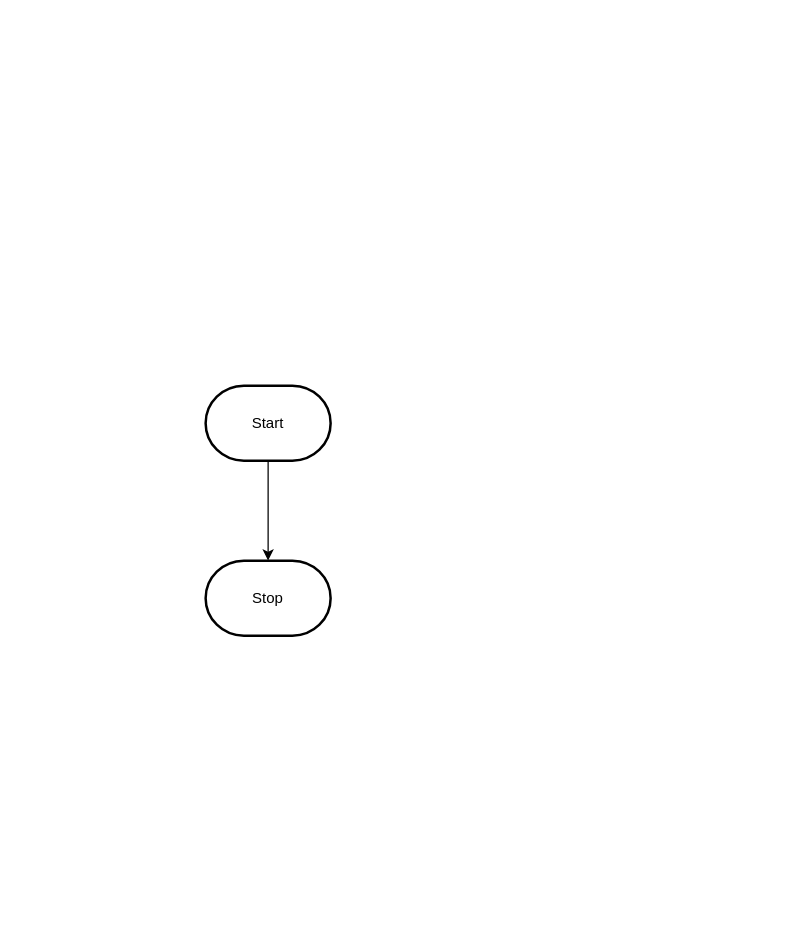
MTHS-ICS2O-2-2022/ICS2O-Unit-5-08-Bonnie-Zhu keeps this draw.io diagram as design/flowchart.drawio. Above is the earlier version. Source tidied: cells renumbered, new cells numbered last; positions are measured from the earlier drawing's top-left corner, leaving out a move shared by most shapes. Both pictures are drawn from the tidied source at 125%, with x=0, y=0 at pixel (205, 385).
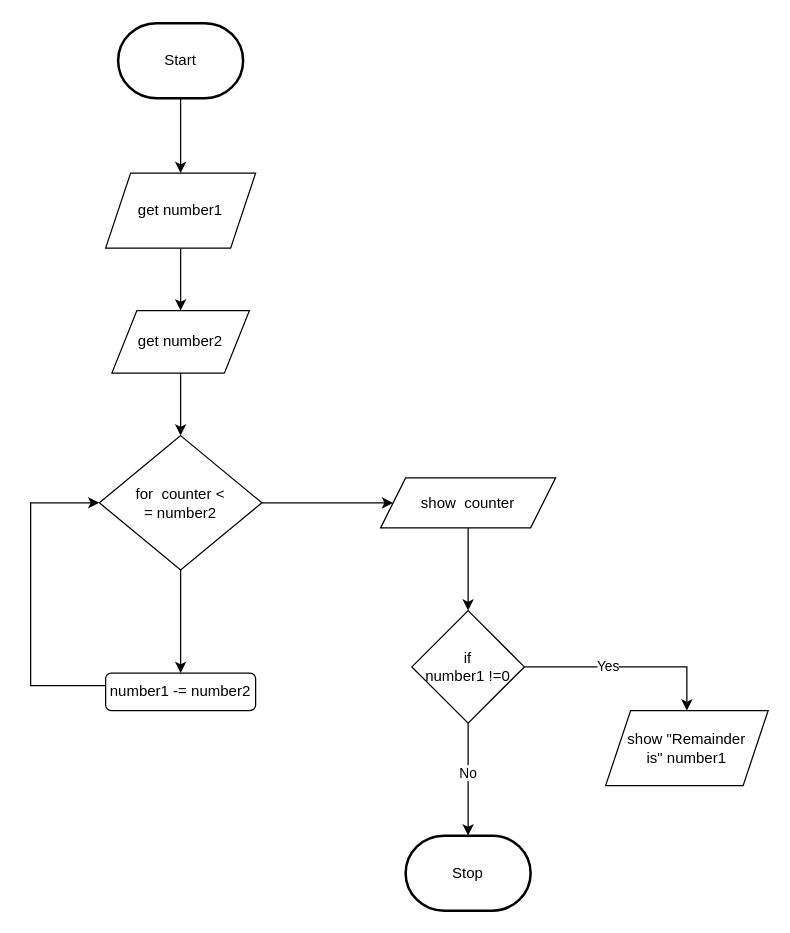
Above is the later version.

Change to the diagram source:
```diff
@@
-    <mxCell id="2" style="edgeStyle=orthogonalEdgeStyle;html=1;rounded=0;" parent="1" edge="1" source="3" target="4">
+    <mxCell id="2" style="edgeStyle=none;html=1;" parent="1" edge="1" source="3" target="6">
       <mxGeometry relative="1" as="geometry" />
     </mxCell>
     <mxCell id="3" value="Start" style="strokeWidth=2;html=1;shape=mxgraph.flowchart.terminator;whiteSpace=wrap;" parent="1" vertex="1">
-      <mxGeometry width="100" height="60" as="geometry" />
+      <mxGeometry x="-70" y="-290" width="100" height="60" as="geometry" />
     </mxCell>
     <mxCell id="4" value="Stop" style="strokeWidth=2;html=1;shape=mxgraph.flowchart.terminator;whiteSpace=wrap;" parent="1" vertex="1">
-      <mxGeometry y="140" width="100" height="60" as="geometry" />
+      <mxGeometry x="160" y="360" width="100" height="60" as="geometry" />
     </mxCell>
+    <mxCell id="5" style="edgeStyle=none;html=1;entryX=0.5;entryY=0;entryDx=0;entryDy=0;" parent="1" edge="1" source="6" target="8">
+      <mxGeometry relative="1" as="geometry" />
+    </mxCell>
+    <mxCell id="6" value="get number1" style="shape=parallelogram;perimeter=parallelogramPerimeter;whiteSpace=wrap;html=1;fixedSize=1;" parent="1" vertex="1">
+      <mxGeometry x="-80" y="-170" width="120" height="60" as="geometry" />
+    </mxCell>
+    <mxCell id="7" style="edgeStyle=none;html=1;entryX=0.5;entryY=0;entryDx=0;entryDy=0;" parent="1" edge="1" source="8" target="11">
+      <mxGeometry relative="1" as="geometry" />
+    </mxCell>
+    <mxCell id="8" value="get number2" style="shape=parallelogram;perimeter=parallelogramPerimeter;whiteSpace=wrap;html=1;fixedSize=1;" parent="1" vertex="1">
+      <mxGeometry x="-75" y="-60" width="110" height="50" as="geometry" />
+    </mxCell>
+    <mxCell id="9" style="edgeStyle=none;html=1;" parent="1" edge="1" source="11" target="15">
+      <mxGeometry relative="1" as="geometry" />
+    </mxCell>
+    <mxCell id="10" style="edgeStyle=orthogonalEdgeStyle;rounded=0;html=1;" parent="1" edge="1" source="11" target="13">
+      <mxGeometry relative="1" as="geometry" />
+    </mxCell>
+    <mxCell id="11" value="for&amp;nbsp; counter &amp;lt; &lt;br&gt;= number2" style="rhombus;whiteSpace=wrap;html=1;" parent="1" vertex="1">
+      <mxGeometry x="-85" y="40" width="130" height="107.5" as="geometry" />
+    </mxCell>
+    <mxCell id="12" style="edgeStyle=orthogonalEdgeStyle;rounded=0;html=1;" parent="1" edge="1" source="13" target="18">
+      <mxGeometry relative="1" as="geometry" />
+    </mxCell>
+    <mxCell id="13" value="show&amp;nbsp; counter" style="shape=parallelogram;perimeter=parallelogramPerimeter;whiteSpace=wrap;html=1;fixedSize=1;" parent="1" vertex="1">
+      <mxGeometry x="140" y="73.8" width="140" height="40" as="geometry" />
+    </mxCell>
+    <mxCell id="14" style="edgeStyle=orthogonalEdgeStyle;html=1;entryX=0;entryY=0.5;entryDx=0;entryDy=0;rounded=0;" parent="1" edge="1" source="15" target="11">
+      <mxGeometry relative="1" as="geometry">
+        <Array as="points">
+          <mxPoint x="-140" y="240" />
+          <mxPoint x="-140" y="94" />
+        </Array>
+      </mxGeometry>
+    </mxCell>
+    <mxCell id="15" value="number1 -= number2" style="rounded=1;whiteSpace=wrap;html=1;" parent="1" vertex="1">
+      <mxGeometry x="-80" y="230" width="120" height="30" as="geometry" />
+    </mxCell>
+    <mxCell id="16" value="No" style="edgeStyle=orthogonalEdgeStyle;rounded=0;html=1;" parent="1" edge="1" source="18" target="4">
+      <mxGeometry x="-0.11" relative="1" as="geometry">
+        <Array as="points">
+          <mxPoint x="210" y="310" />
+          <mxPoint x="210" y="310" />
+        </Array>
+      </mxGeometry>
+    </mxCell>
+    <mxCell id="17" value="Yes" style="edgeStyle=orthogonalEdgeStyle;rounded=0;html=1;entryX=0.5;entryY=0;entryDx=0;entryDy=0;" parent="1" edge="1" source="18" target="19">
+      <mxGeometry x="-0.19" relative="1" as="geometry" />
+    </mxCell>
+    <mxCell id="18" value="if&lt;br&gt;number1 !=0" style="rhombus;whiteSpace=wrap;html=1;" parent="1" vertex="1">
+      <mxGeometry x="165" y="180" width="90" height="90" as="geometry" />
+    </mxCell>
+    <mxCell id="19" value="show &quot;Remainder&lt;br&gt;is&quot; number1" style="shape=parallelogram;perimeter=parallelogramPerimeter;whiteSpace=wrap;html=1;fixedSize=1;" parent="1" vertex="1">
+      <mxGeometry x="320" y="260" width="130" height="60" as="geometry" />
+    </mxCell>
```
